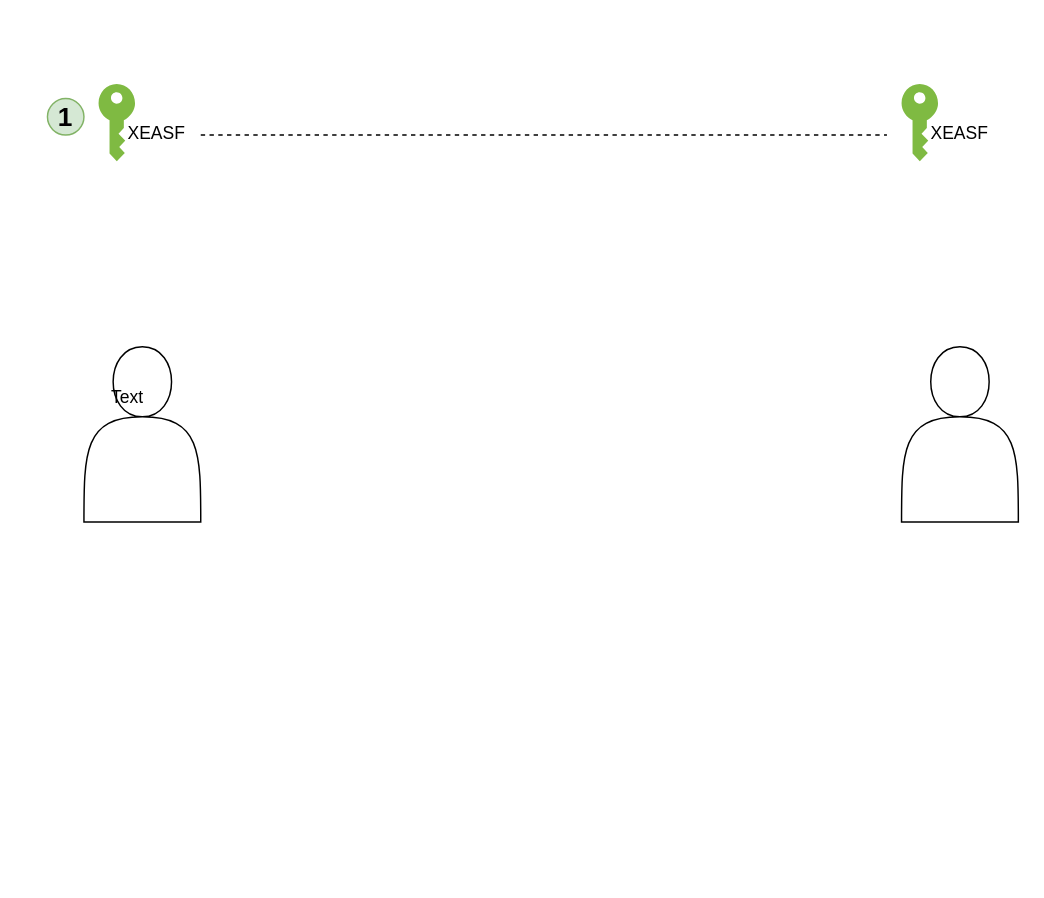
This is page "Data Integrity" (2 of 2) of SSL-TLS.drawio from eha1661/draw.io, a draw.io file, before an edit. Source tidied: cells renumbered, new cells numbered last; positions are measured from the earlier drawing's top-left corner, leaving out a move shared by most shapes. Both pictures are drawn from the tidied source at 146%, with x=0, y=0 at pixel (47, 83). Pictures stored in the file or linked from it are replaced by grey dashed boxes.
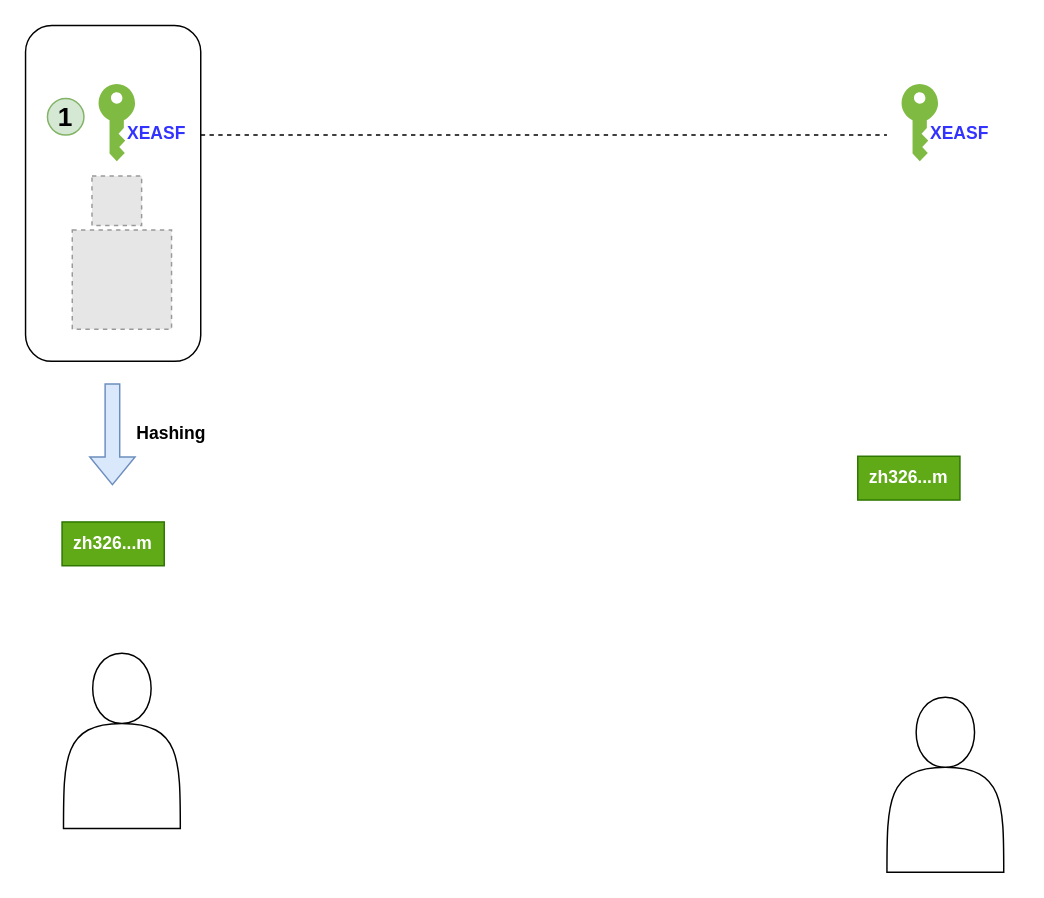
The same page after the edit.

Commit message (it also covers changes not shown here):
Mettre à jour SSL-TLS.drawio

The edit, as a diff of the source:
```diff
@@
 <mxGraphModel>
   <root>
     <mxCell id="0" />
     <mxCell id="1" parent="0" />
     <mxCell id="2" style="shape=actor;whiteSpace=wrap;html=1;" parent="1" vertex="1">
-      <mxGeometry x="25" y="180" width="80" height="120" as="geometry" />
+      <mxGeometry x="11" y="390" width="80" height="120" as="geometry" />
     </mxCell>
     <mxCell id="3" value="&lt;font style=&quot;font-size: 18px;&quot;&gt;&lt;b style=&quot;&quot;&gt;1&lt;/b&gt;&lt;/font&gt;" style="ellipse;whiteSpace=wrap;html=1;fillColor=#d5e8d4;strokeColor=#82b366;" parent="1" vertex="1">
       <mxGeometry y="10" width="25" height="25" as="geometry" />
     </mxCell>
     <mxCell id="4" style="shape=actor;whiteSpace=wrap;html=1;" parent="1" vertex="1">
-      <mxGeometry x="585" y="180" width="80" height="120" as="geometry" />
+      <mxGeometry x="575" y="420" width="80" height="120" as="geometry" />
     </mxCell>
     <mxCell id="5" style="sketch=0;shadow=0;dashed=0;html=1;strokeColor=none;labelPosition=center;verticalLabelPosition=bottom;verticalAlign=top;align=center;shape=mxgraph.office.security.key_permissions;fillColor=#7FBA42;" parent="1" vertex="1">
       <mxGeometry x="35" width="25" height="53" as="geometry" />
     </mxCell>
     <mxCell id="6" style="endArrow=none;dashed=1;html=1;rounded=0;" parent="1" edge="1">
       <mxGeometry relative="1" as="geometry">
         <mxPoint x="105" y="35" as="sourcePoint" />
         <mxPoint x="575" y="35" as="targetPoint" />
       </mxGeometry>
     </mxCell>
-    <mxCell id="7" value="Text" style="text;html=1;strokeColor=none;fillColor=none;align=center;verticalAlign=middle;whiteSpace=wrap;rounded=0;" parent="1" vertex="1">
-      <mxGeometry x="25" y="200" width="60" height="30" as="geometry" />
-    </mxCell>
-    <mxCell id="8" value="XEASF" style="text;html=1;strokeColor=none;fillColor=none;align=center;verticalAlign=middle;whiteSpace=wrap;rounded=0;" parent="1" vertex="1">
+    <mxCell id="8" value="&lt;b style=&quot;border-color: var(--border-color);&quot;&gt;&lt;font style=&quot;border-color: var(--border-color);&quot; color=&quot;#3333ff&quot;&gt;XEASF&lt;/font&gt;&lt;/b&gt;" style="text;html=1;strokeColor=none;fillColor=none;align=center;verticalAlign=middle;whiteSpace=wrap;rounded=0;" parent="1" vertex="1">
       <mxGeometry x="45" y="19" width="60" height="30" as="geometry" />
     </mxCell>
     <mxCell id="9" style="sketch=0;shadow=0;dashed=0;html=1;strokeColor=none;labelPosition=center;verticalLabelPosition=bottom;verticalAlign=top;align=center;shape=mxgraph.office.security.key_permissions;fillColor=#7FBA42;" parent="1" vertex="1">
       <mxGeometry x="585" width="25" height="53" as="geometry" />
     </mxCell>
-    <mxCell id="10" value="XEASF" style="text;html=1;strokeColor=none;fillColor=none;align=center;verticalAlign=middle;whiteSpace=wrap;rounded=0;" parent="1" vertex="1">
+    <mxCell id="10" value="&lt;b&gt;&lt;font color=&quot;#3333ff&quot;&gt;XEASF&lt;/font&gt;&lt;/b&gt;" style="text;html=1;strokeColor=none;fillColor=none;align=center;verticalAlign=middle;whiteSpace=wrap;rounded=0;" parent="1" vertex="1">
       <mxGeometry x="595" y="19" width="60" height="30" as="geometry" />
     </mxCell>
+    <mxCell id="11" style="fillColor=#E6E6E6;strokeColor=#999999;dashed=1;html=1;verticalAlign=top;verticalLabelPosition=bottom;labelBackgroundColor=#ffffff;" parent="1" vertex="1">
+      <mxGeometry x="17" y="100" width="68" height="68" as="geometry" />
+    </mxCell>
+    <mxCell id="12" value="&lt;b&gt;zh326...m&lt;/b&gt;" style="rounded=0;whiteSpace=wrap;html=1;fillColor=#60a917;fontColor=#ffffff;strokeColor=#2D7600;" parent="1" vertex="1">
+      <mxGeometry x="10" y="300" width="70" height="30" as="geometry" />
+    </mxCell>
+    <mxCell id="13" style="rounded=1;whiteSpace=wrap;html=1;fillColor=none;" parent="1" vertex="1">
+      <mxGeometry x="-15" y="-40" width="120" height="230" as="geometry" />
+    </mxCell>
+    <mxCell id="14" style="fillColor=#E6E6E6;strokeColor=#999999;dashed=1;html=1;verticalAlign=top;verticalLabelPosition=bottom;labelBackgroundColor=#ffffff;" parent="1" vertex="1">
+      <mxGeometry x="30.5" y="63" width="34" height="34" as="geometry" />
+    </mxCell>
+    <mxCell id="15" style="shape=flexArrow;endArrow=classic;html=1;rounded=0;fillColor=#dae8fc;strokeColor=#6c8ebf;" parent="1" edge="1">
+      <mxGeometry relative="1" as="geometry">
+        <mxPoint x="44.5" y="205" as="sourcePoint" />
+        <mxPoint x="44.5" y="275" as="targetPoint" />
+      </mxGeometry>
+    </mxCell>
+    <mxCell id="16" value="&lt;b&gt;Hashing&lt;/b&gt;" style="text;html=1;strokeColor=none;fillColor=none;align=center;verticalAlign=middle;whiteSpace=wrap;rounded=0;" parent="1" vertex="1">
+      <mxGeometry x="55" y="225" width="60" height="30" as="geometry" />
+    </mxCell>
+    <mxCell id="17" value="&lt;b&gt;zh326...m&lt;/b&gt;" style="rounded=0;whiteSpace=wrap;html=1;fillColor=#60a917;fontColor=#ffffff;strokeColor=#2D7600;" parent="1" vertex="1">
+      <mxGeometry x="555" y="255" width="70" height="30" as="geometry" />
+    </mxCell>
   </root>
 </mxGraphModel>
```
